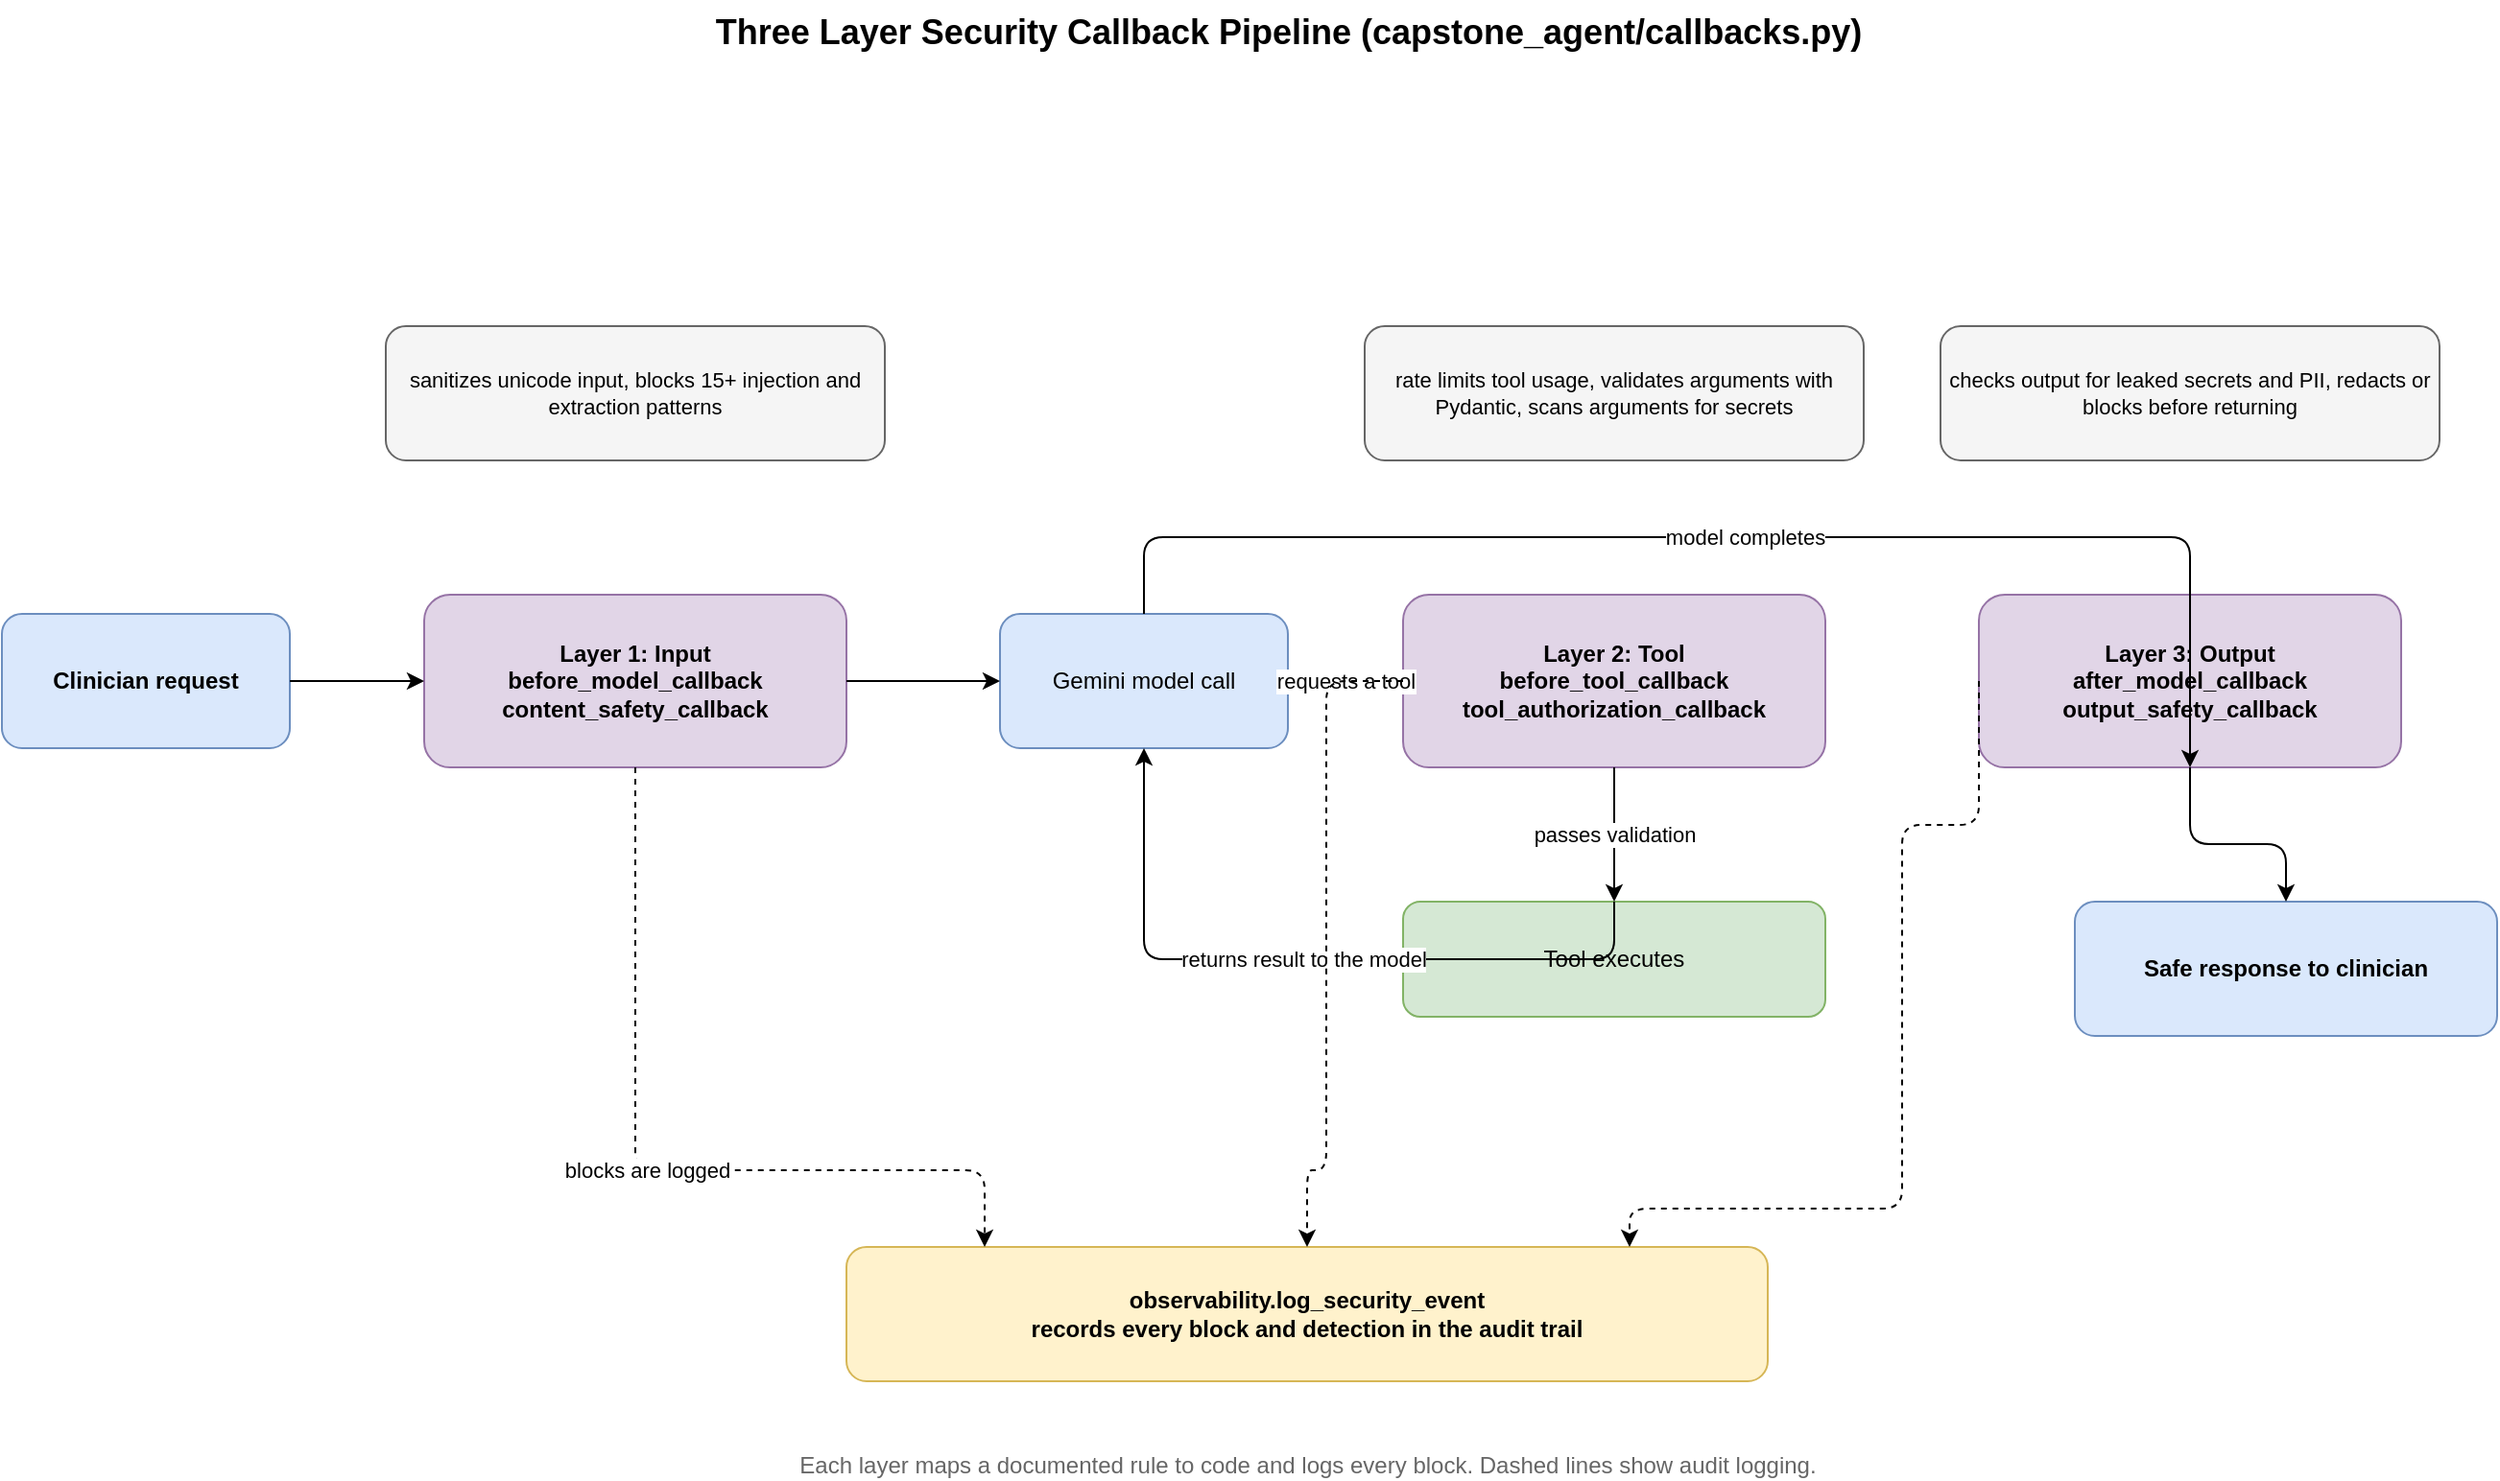
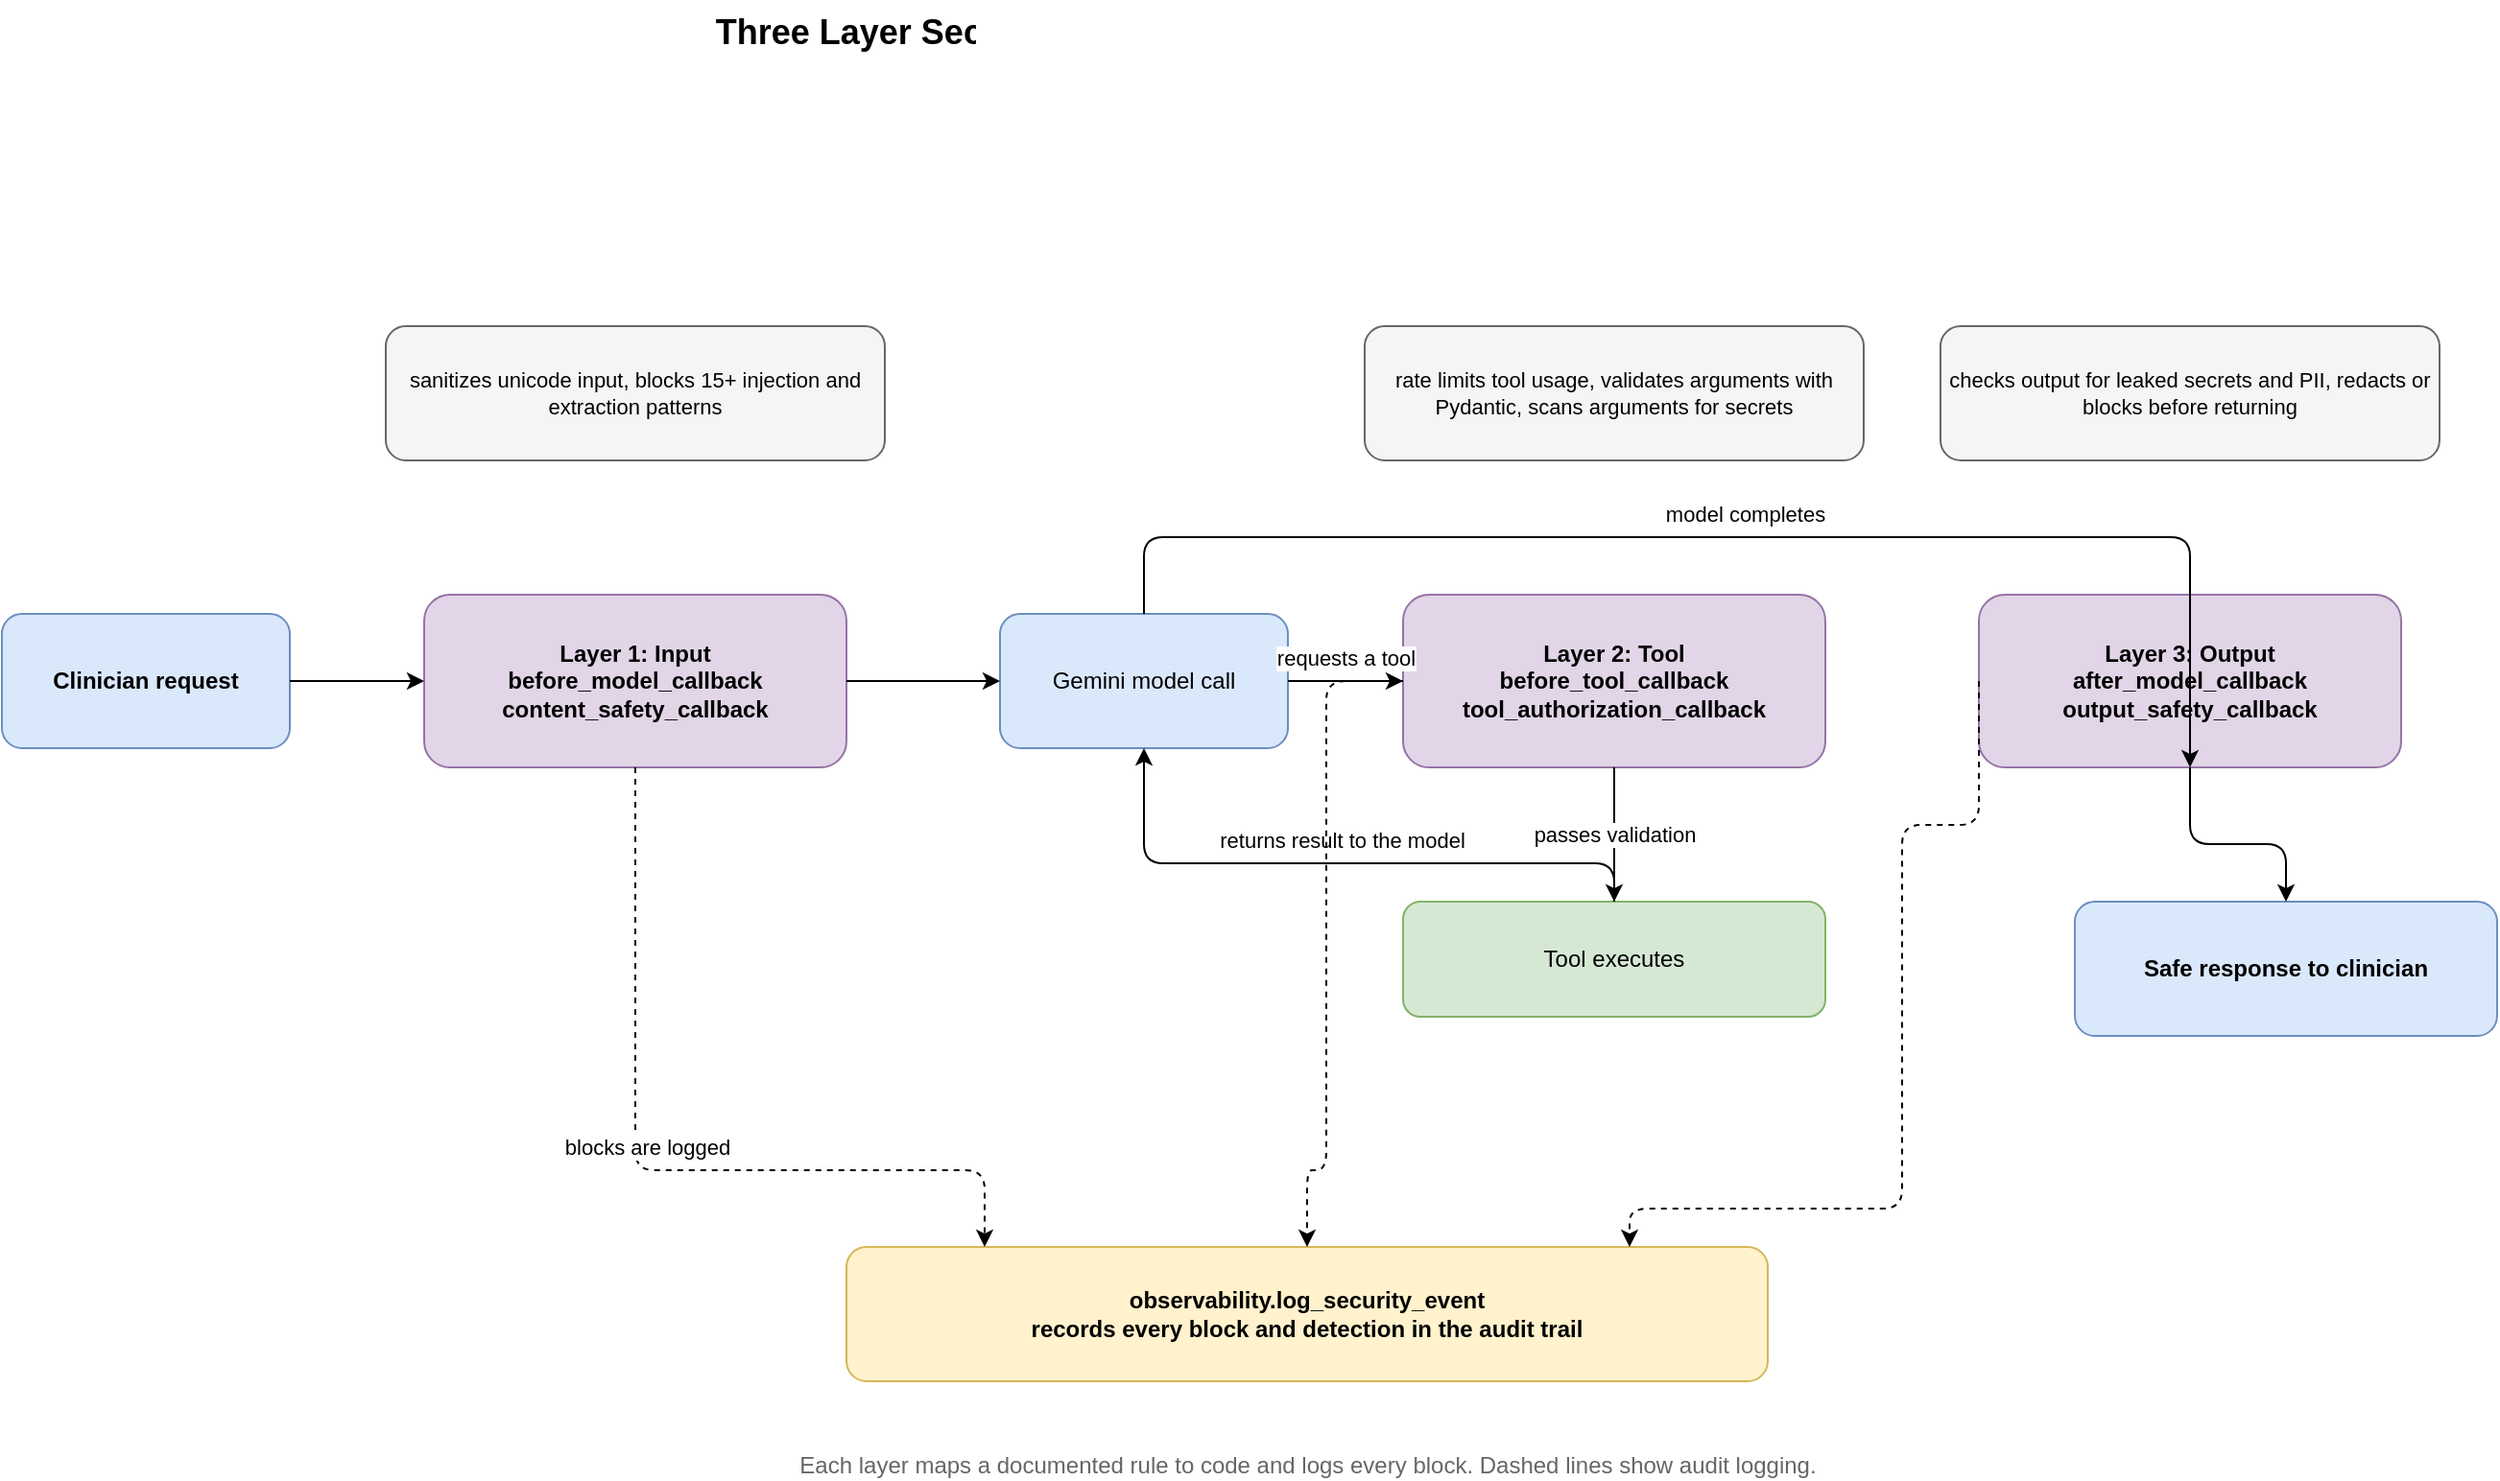
<?xml version="1.0" encoding="UTF-8"?>
<mxfile host="drawio" version="26.0.0">
  <diagram name="Security Pipeline">
    <mxGraphModel dx="1300" dy="900" grid="1" gridSize="10" page="1" pageWidth="1420" pageHeight="820">
      <root>
        <mxCell id="0" />
        <mxCell id="1" parent="0" />
        <mxCell id="title" value="Three Layer Security Callback Pipeline (capstone_agent/callbacks.py)" style="text;html=1;fontSize=18;fontStyle=1;align=center;" vertex="1" parent="1">
          <mxGeometry x="330" y="10" width="760" height="30" as="geometry" />
        </mxCell>
        <mxCell id="user" value="Clinician request" style="rounded=1;whiteSpace=wrap;html=1;fillColor=#dae8fc;strokeColor=#6c8ebf;fontStyle=1;" vertex="1" parent="1">
          <mxGeometry x="40" y="330" width="150" height="70" as="geometry" />
        </mxCell>
        <mxCell id="lay1" value="Layer 1: Input&#xa;before_model_callback&#xa;content_safety_callback" style="rounded=1;whiteSpace=wrap;html=1;fillColor=#e1d5e7;strokeColor=#9673a6;fontStyle=1;" vertex="1" parent="1">
          <mxGeometry x="260" y="320" width="220" height="90" as="geometry" />
        </mxCell>
        <mxCell id="lay1d" value="sanitizes unicode input, blocks 15+ injection and extraction patterns" style="rounded=1;whiteSpace=wrap;html=1;fillColor=#f5f5f5;strokeColor=#666666;fontSize=11;" vertex="1" parent="1">
          <mxGeometry x="240" y="180" width="260" height="70" as="geometry" />
        </mxCell>
        <mxCell id="model" value="Gemini model call" style="rounded=1;whiteSpace=wrap;html=1;fillColor=#dae8fc;strokeColor=#6c8ebf;" vertex="1" parent="1">
          <mxGeometry x="560" y="330" width="150" height="70" as="geometry" />
        </mxCell>
        <mxCell id="lay2" value="Layer 2: Tool&#xa;before_tool_callback&#xa;tool_authorization_callback" style="rounded=1;whiteSpace=wrap;html=1;fillColor=#e1d5e7;strokeColor=#9673a6;fontStyle=1;" vertex="1" parent="1">
          <mxGeometry x="770" y="320" width="220" height="90" as="geometry" />
        </mxCell>
        <mxCell id="lay2d" value="rate limits tool usage, validates arguments with Pydantic, scans arguments for secrets" style="rounded=1;whiteSpace=wrap;html=1;fillColor=#f5f5f5;strokeColor=#666666;fontSize=11;" vertex="1" parent="1">
          <mxGeometry x="750" y="180" width="260" height="70" as="geometry" />
        </mxCell>
        <mxCell id="tool" value="Tool executes" style="rounded=1;whiteSpace=wrap;html=1;fillColor=#d5e8d4;strokeColor=#82b366;" vertex="1" parent="1">
          <mxGeometry x="770" y="480" width="220" height="60" as="geometry" />
        </mxCell>
        <mxCell id="lay3" value="Layer 3: Output&#xa;after_model_callback&#xa;output_safety_callback" style="rounded=1;whiteSpace=wrap;html=1;fillColor=#e1d5e7;strokeColor=#9673a6;fontStyle=1;" vertex="1" parent="1">
          <mxGeometry x="1070" y="320" width="220" height="90" as="geometry" />
        </mxCell>
        <mxCell id="lay3d" value="checks output for leaked secrets and PII, redacts or blocks before returning" style="rounded=1;whiteSpace=wrap;html=1;fillColor=#f5f5f5;strokeColor=#666666;fontSize=11;" vertex="1" parent="1">
          <mxGeometry x="1050" y="180" width="260" height="70" as="geometry" />
        </mxCell>
        <mxCell id="resp" value="Safe response to clinician" style="rounded=1;whiteSpace=wrap;html=1;fillColor=#dae8fc;strokeColor=#6c8ebf;fontStyle=1;" vertex="1" parent="1">
          <mxGeometry x="1120" y="480" width="220" height="70" as="geometry" />
        </mxCell>
        <mxCell id="audit" value="observability.log_security_event&#xa;records every block and detection in the audit trail" style="rounded=1;whiteSpace=wrap;html=1;fillColor=#fff2cc;strokeColor=#d6b656;fontStyle=1;" vertex="1" parent="1">
          <mxGeometry x="480" y="660" width="480" height="70" as="geometry" />
        </mxCell>
        <mxCell id="e1" style="edgeStyle=orthogonalEdgeStyle;rounded=1;orthogonalLoop=1;jettySize=auto;html=1;exitX=1;exitY=0.5;entryX=0;entryY=0.5;" edge="1" parent="1" source="user" target="lay1">
          <mxGeometry relative="1" as="geometry" />
        </mxCell>
        <mxCell id="e2" style="edgeStyle=orthogonalEdgeStyle;rounded=1;orthogonalLoop=1;jettySize=auto;html=1;exitX=1;exitY=0.5;entryX=0;entryY=0.5;" edge="1" parent="1" source="lay1" target="model">
          <mxGeometry relative="1" as="geometry" />
        </mxCell>
        <mxCell id="e3" value="requests a tool" style="edgeStyle=orthogonalEdgeStyle;rounded=1;orthogonalLoop=1;jettySize=auto;html=1;exitX=1;exitY=0.5;entryX=0;entryY=0.5;labelBackgroundColor=#ffffff;fontSize=11;" edge="1" parent="1" source="model" target="lay2">
-           <mxGeometry relative="1" as="geometry" />
+           <mxGeometry relative="1" as="geometry">
+             <mxPoint as="offset" x="0" y="-12" />
+           </mxGeometry>
        </mxCell>
        <mxCell id="e4" value="passes validation" style="edgeStyle=orthogonalEdgeStyle;rounded=1;orthogonalLoop=1;jettySize=auto;html=1;exitX=0.5;exitY=1;entryX=0.5;entryY=0;labelBackgroundColor=#ffffff;fontSize=11;" edge="1" parent="1" source="lay2" target="tool">
          <mxGeometry relative="1" as="geometry" />
        </mxCell>
        <mxCell id="e5" value="returns result to the model" style="edgeStyle=orthogonalEdgeStyle;rounded=1;orthogonalLoop=1;jettySize=auto;html=1;exitX=0.5;exitY=0;entryX=0.5;entryY=1;labelBackgroundColor=#ffffff;fontSize=11;" edge="1" parent="1" source="tool" target="model">
          <mxGeometry relative="1" as="geometry">
            <Array as="points">
-               <mxPoint x="635" y="510" />
+               <mxPoint x="880" y="460" />
+               <mxPoint x="635" y="460" />
            </Array>
+             <mxPoint as="offset" x="0" y="-12" />
          </mxGeometry>
        </mxCell>
        <mxCell id="e6" value="model completes" style="edgeStyle=orthogonalEdgeStyle;rounded=1;orthogonalLoop=1;jettySize=auto;html=1;exitX=0.5;exitY=0;entryX=0.5;entryY=1;labelBackgroundColor=#ffffff;fontSize=11;" edge="1" parent="1" source="model" target="lay3">
          <mxGeometry relative="1" as="geometry">
            <Array as="points">
              <mxPoint x="635" y="290" />
              <mxPoint x="1180" y="290" />
            </Array>
+             <mxPoint as="offset" x="0" y="-12" />
          </mxGeometry>
        </mxCell>
        <mxCell id="e7" style="edgeStyle=orthogonalEdgeStyle;rounded=1;orthogonalLoop=1;jettySize=auto;html=1;exitX=0.5;exitY=1;entryX=0.5;entryY=0;" edge="1" parent="1" source="lay3" target="resp">
          <mxGeometry relative="1" as="geometry">
            <Array as="points">
              <mxPoint x="1230" y="450" />
            </Array>
          </mxGeometry>
        </mxCell>
        <mxCell id="a1" value="blocks are logged" style="edgeStyle=orthogonalEdgeStyle;rounded=1;orthogonalLoop=1;jettySize=auto;html=1;dashed=1;exitX=0.5;exitY=1;entryX=0.15;entryY=0;labelBackgroundColor=#ffffff;fontSize=11;" edge="1" parent="1" source="lay1" target="audit">
          <mxGeometry relative="1" as="geometry">
            <Array as="points">
              <mxPoint x="370" y="620" />
            </Array>
+             <mxPoint as="offset" x="0" y="-12" />
          </mxGeometry>
        </mxCell>
        <mxCell id="a2" style="edgeStyle=orthogonalEdgeStyle;rounded=1;orthogonalLoop=1;jettySize=auto;html=1;dashed=1;exitX=0;exitY=0.5;entryX=0.5;entryY=0;" edge="1" parent="1" source="lay2" target="audit">
          <mxGeometry relative="1" as="geometry">
            <Array as="points">
              <mxPoint x="730" y="620" />
              <mxPoint x="720" y="620" />
            </Array>
          </mxGeometry>
        </mxCell>
        <mxCell id="a3" style="edgeStyle=orthogonalEdgeStyle;rounded=1;orthogonalLoop=1;jettySize=auto;html=1;dashed=1;exitX=0;exitY=0.5;entryX=0.85;entryY=0;" edge="1" parent="1" source="lay3" target="audit">
          <mxGeometry relative="1" as="geometry">
            <Array as="points">
              <mxPoint x="1030" y="440" />
              <mxPoint x="1030" y="640" />
              <mxPoint x="888" y="640" />
            </Array>
          </mxGeometry>
        </mxCell>
        <mxCell id="v1" value="Each layer maps a documented rule to code and logs every block. Dashed lines show audit logging." style="text;html=1;fontSize=12;align=center;fontColor=#666666;" vertex="1" parent="1">
          <mxGeometry x="440" y="760" width="560" height="20" as="geometry" />
        </mxCell>
      </root>
    </mxGraphModel>
  </diagram>
</mxfile>
